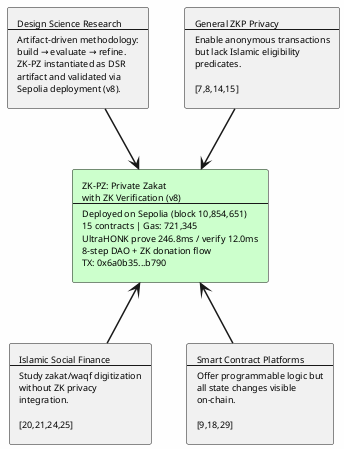
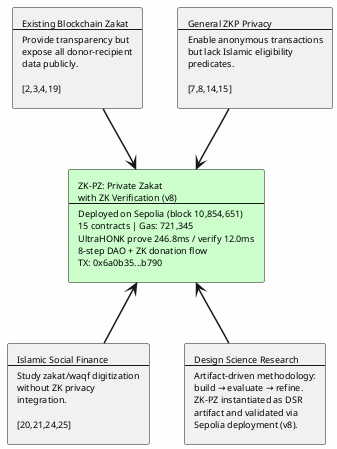
@startuml
skinparam backgroundColor #FEFEFE
skinparam shadowing false
skinparam defaultFontName Times-Roman
skinparam defaultFontSize 9
skinparam arrowThickness 1.5


- rectangle "Design Science Research\n--\nArtifact-driven methodology:\nbuild → evaluate → refine.\nZK-PZ instantiated as DSR\nartifact and validated via\nSepolia deployment (v8)." as TL
+ rectangle "Existing Blockchain Zakat\n--\nProvide transparency but\nexpose all donor-recipient\ndata publicly.\n\n[2,3,4,19]" as TL
rectangle "General ZKP Privacy\n--\nEnable anonymous transactions\nbut lack Islamic eligibility\npredicates.\n\n[7,8,14,15]" as TR
rectangle "Islamic Social Finance\n--\nStudy zakat/waqf digitization\nwithout ZK privacy\nintegration.\n\n[20,21,24,25]" as BL
- rectangle "Smart Contract Platforms\n--\nOffer programmable logic but\nall state changes visible\non-chain.\n\n[9,18,29]" as BR
+ rectangle "Design Science Research\n--\nArtifact-driven methodology:\nbuild → evaluate → refine.\nZK-PZ instantiated as DSR\nartifact and validated via\nSepolia deployment (v8)." as BR

rectangle "ZK-PZ: Private Zakat\nwith ZK Verification (v8)\n--\nDeployed on Sepolia (block 10,854,651)\n15 contracts | Gas: 721,345\nUltraHONK prove 246.8ms / verify 12.0ms\n8-step DAO + ZK donation flow\nTX: 0x6a0b35...b790" as CENTER #CCFFCC

TL -down-> CENTER
TR -down-> CENTER
BL -up-> CENTER
BR -up-> CENTER

@enduml
